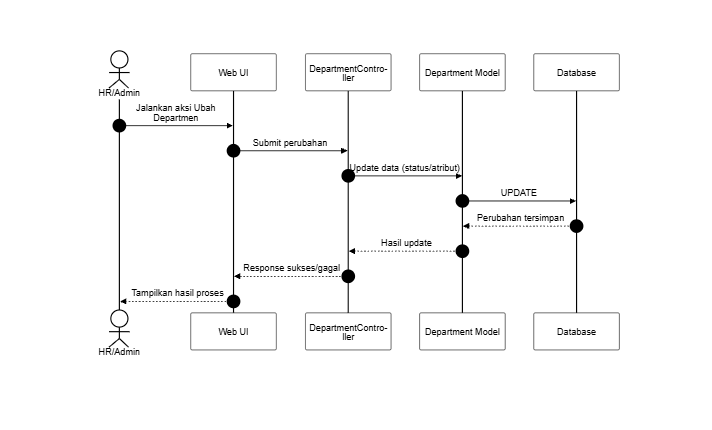
This is docs/SequenceDiagram/PNG_Transparent/MasterDataDepartmen-UbahDepartmen.png from SulaimanHafi23/SimpegRSHDI, a Mermaid export, as it was before one commit. Its source is kept beside it as docs/SequenceDiagram/MasterDataDepartmen-UbahDepartmen.mermaid. The source it was exported from:
```mermaid
%%{init: {"theme": "base", "themeVariables": {"background": "#dddddd", "primaryColor": "#ffffff", "primaryBorderColor": "#000000", "primaryTextColor": "#000000", "lineColor": "#000000", "textColor": "#000000", "actorBkg": "#ffffff", "actorBorder": "#000000", "actorTextColor": "#000000", "activationBkgColor": "#ffffff", "activationBorderColor": "#000000", "signalColor": "#000000", "signalTextColor": "#000000", "labelBoxBkgColor": "#ffffff", "labelBoxBorderColor": "#000000", "labelTextColor": "#000000", "sequenceNumberColor": "#000000", "noteBkgColor": "#ffffff", "noteBorderColor": "#000000", "noteTextColor": "#000000"}, "sequence": {"useMaxWidth": true, "wrap": true, "messageFontSize": 12, "noteFontSize": 12}}}%%
sequenceDiagram
    autonumber
    actor A as HR/Admin
    participant UI as Web UI
    participant C as DepartmentController
    participant M as Department Model
    participant DB as Database

    A->>UI: Jalankan aksi Ubah Departmen
    UI->>C: Submit perubahan
    C->>M: Update data (status/atribut)
    M->>DB: UPDATE
    DB-->>M: Perubahan tersimpan
    M-->>C: Hasil update
    C-->>UI: Response sukses/gagal
    UI-->>A: Tampilkan hasil proses
```
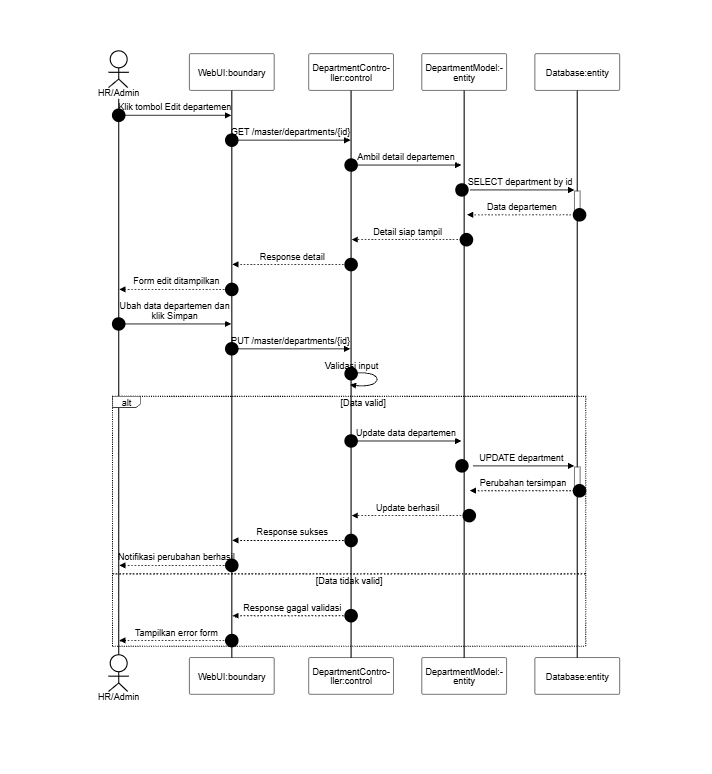
After the change.

Change to the diagram source:
```diff
@@ -2,16 +2,30 @@
 sequenceDiagram
     autonumber
     actor A as HR/Admin
-    participant UI as Web UI
-    participant C as DepartmentController
-    participant M as Department Model
-    participant DB as Database
+    participant UI as Web UI :boundary
+    participant C as DepartmentController :control
+    participant M as Department Model :entity
+    participant DB as Database :entity
 
-    A->>UI: Jalankan aksi Ubah Departmen
-    UI->>C: Submit perubahan
-    C->>M: Update data (status/atribut)
-    M->>DB: UPDATE
-    DB-->>M: Perubahan tersimpan
-    M-->>C: Hasil update
-    C-->>UI: Response sukses/gagal
-    UI-->>A: Tampilkan hasil proses
+    A->>+UI: Klik data Departmen yang akan diubah
+    UI->>+C: GET /master/departments/{id}/edit
+    C->>+M: Ambil data departmen lama
+    M->>+DB: SELECT data departmen by id
+    DB-->>-M: Data departmen lama
+    M-->>-C: Data departmen lama
+    C-->>-UI: Tampilkan form edit dengan data lama
+    UI-->>-A: Form edit siap diisi
+
+    A->>+UI: Ubah data lalu klik Simpan
+    UI->>+C: PUT /master/departments/{id}
+    alt Data valid
+        C->>+M: Update data departmen
+        M->>+DB: UPDATE departments
+        DB-->>-M: Perubahan tersimpan
+        M-->>-C: Hasil update
+        C-->>-UI: Response sukses
+        UI-->>-A: Notifikasi perubahan berhasil
+    else Data tidak valid
+        C-->>+UI: Response gagal validasi
+        UI-->>-A: Tampilkan pesan error
+    end
```
